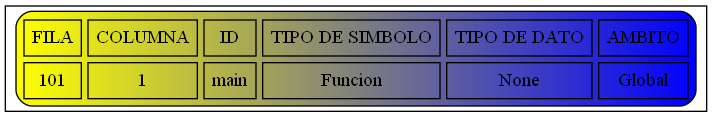
Above: Simbolos.png in JoseMore99/OLC2_P1_201701015 (Graphviz), before the change. Its source is kept beside it as Simbolos.dot.
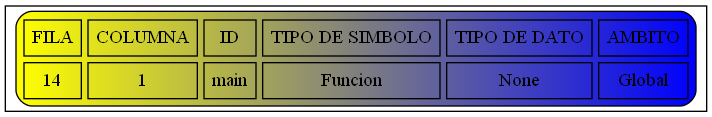
The same file after the commit.

What changed in the source:
```diff
@@ -2,6 +2,6 @@
 node [shape=record];
 a0 [label=<<TABLE border="1" cellspacing="5" cellpadding="5" style="rounded" bgcolor="yellow:blue">
 "<TR><TD>FILA</TD><TD>COLUMNA</TD><TD>ID</TD><TD>TIPO DE SIMBOLO</TD><TD>TIPO DE DATO</TD><TD>AMBITO</TD></TR>
-<TR><TD>101</TD><TD>1</TD><TD>main</TD><TD>Funcion</TD><TD>None</TD><TD>Global</TD></TR>
+<TR><TD>14</TD><TD>1</TD><TD>main</TD><TD>Funcion</TD><TD>None</TD><TD>Global</TD></TR>
 </TABLE>>];
 }
```
